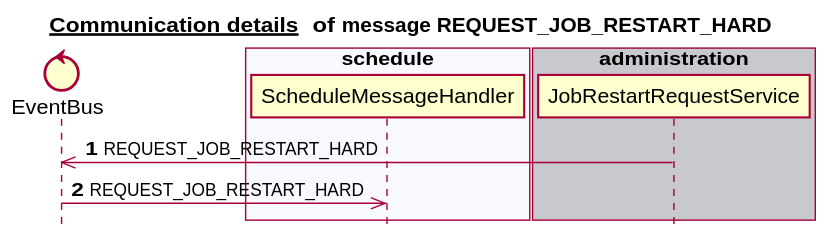
This is docs/latest/images/gen_domain_messaging_request_job_restart_hard.svg from mercedes-benz/sechub, a PlantUML export, as it was before one commit.
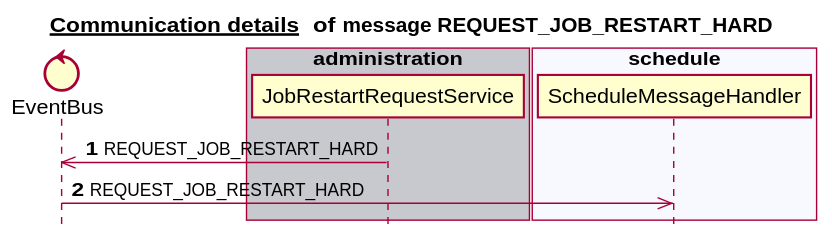
Later version of the same file.

Change to the diagram source:
```diff
@@ -6,17 +6,17 @@
 
 
 control EventBus
-box "scan" #C8C8CF
+box "authorization" #C8C8CF
+end box
+box "scan" #F8F8FF
+end box
+box "administration" #C8C8CF
+   participant JobRestartRequestService
 end box
 box "schedule" #F8F8FF
    participant ScheduleMessageHandler
 end box
-box "authorization" #C8C8CF
-end box
-box "notification" #F8F8FF
-end box
-box "administration" #C8C8CF
-   participant JobRestartRequestService
+box "notification" #C8C8CF
 end box
 autonumber 1
 JobRestartRequestService ->> EventBus:REQUEST_JOB_RESTART_HARD
```
